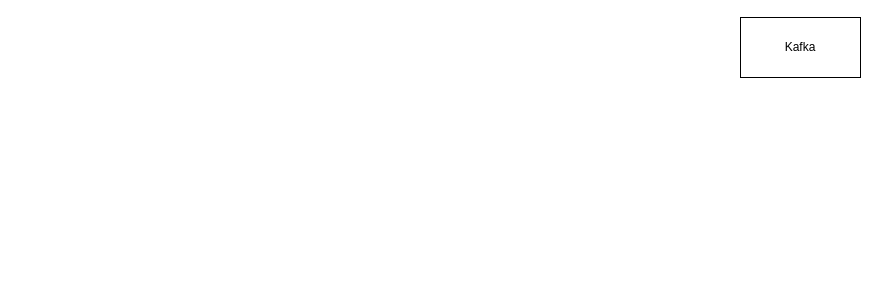
This is kafka.drawio from codingWhat/drawio, a draw.io file, before an edit. Source tidied: cells renumbered, new cells numbered last; positions are measured from the earlier drawing's top-left corner, leaving out a move shared by most shapes. Both pictures are drawn from the tidied source at 100%, with x=0, y=0 at pixel (740, 17).
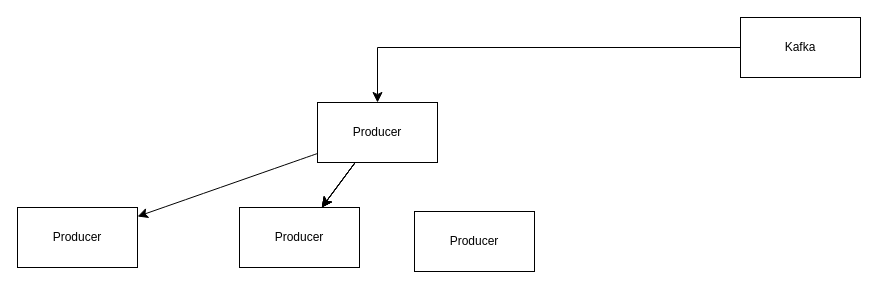
The same page after the edit.

What changed in the source:
```diff
@@
 <mxGraphModel>
   <root>
     <mxCell id="0" />
     <mxCell id="1" parent="0" />
+    <mxCell id="3" style="edgeStyle=orthogonalEdgeStyle;rounded=0;jettySize=auto;html=1;fontSize=12;startSize=8;endSize=8;entryX=0.5;entryY=0;entryDx=0;entryDy=0;" parent="1" edge="1" source="2" target="9">
+      <mxGeometry relative="1" as="geometry" />
+    </mxCell>
     <mxCell id="2" value="Kafka" style="rounded=0;whiteSpace=wrap;html=1;" parent="1" vertex="1">
       <mxGeometry width="120" height="60" as="geometry" />
     </mxCell>
+    <mxCell id="4" style="edgeStyle=none;curved=1;rounded=0;jettySize=auto;html=1;fontSize=12;startSize=8;endSize=8;" parent="1" edge="1" source="9" target="10">
+      <mxGeometry relative="1" as="geometry" />
+    </mxCell>
+    <mxCell id="5" style="edgeStyle=none;curved=1;rounded=0;jettySize=auto;html=1;fontSize=12;startSize=8;endSize=8;" parent="1" edge="1" source="9" target="11">
+      <mxGeometry relative="1" as="geometry" />
+    </mxCell>
+    <mxCell id="6" style="edgeStyle=none;curved=1;rounded=0;jettySize=auto;html=1;fontSize=12;startSize=8;endSize=8;" parent="1" edge="1" source="9" target="11">
+      <mxGeometry relative="1" as="geometry" />
+    </mxCell>
+    <mxCell id="7" style="edgeStyle=none;curved=1;rounded=0;jettySize=auto;html=1;fontSize=12;startSize=8;endSize=8;" parent="1" edge="1" source="9" target="11">
+      <mxGeometry relative="1" as="geometry" />
+    </mxCell>
+    <mxCell id="8" style="edgeStyle=none;curved=1;rounded=0;jettySize=auto;html=1;fontSize=12;startSize=8;endSize=8;" parent="1" edge="1" source="9" target="11">
+      <mxGeometry relative="1" as="geometry" />
+    </mxCell>
+    <mxCell id="9" value="Producer" style="whiteSpace=wrap;html=1;" parent="1" vertex="1">
+      <mxGeometry x="-423" y="85" width="120" height="60" as="geometry" />
+    </mxCell>
+    <mxCell id="10" value="Producer" style="whiteSpace=wrap;html=1;" parent="1" vertex="1">
+      <mxGeometry x="-723" y="190" width="120" height="60" as="geometry" />
+    </mxCell>
+    <mxCell id="11" value="Producer" style="whiteSpace=wrap;html=1;" parent="1" vertex="1">
+      <mxGeometry x="-501" y="190" width="120" height="60" as="geometry" />
+    </mxCell>
+    <mxCell id="12" value="Producer" style="whiteSpace=wrap;html=1;" parent="1" vertex="1">
+      <mxGeometry x="-326" y="194" width="120" height="60" as="geometry" />
+    </mxCell>
   </root>
 </mxGraphModel>
```
